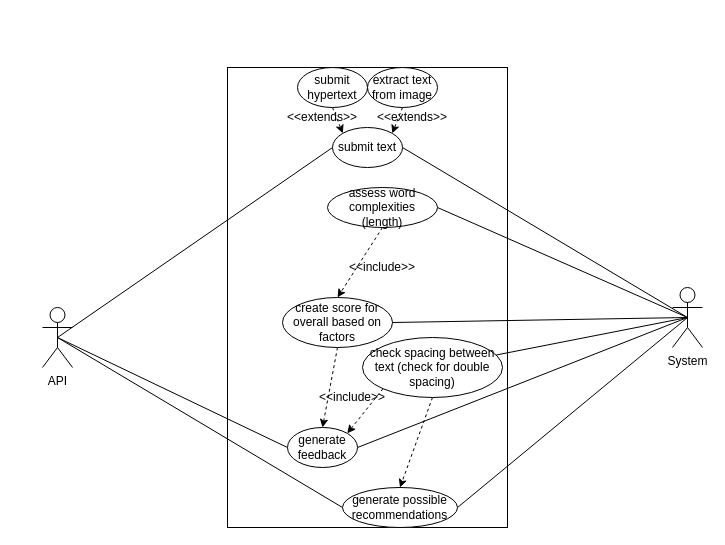
Above: LukeUseCase.drawio in nightmarlin/socia11y (draw.io), before the change. Source tidied: cells renumbered, new cells numbered last; positions are measured from the earlier drawing's top-left corner, leaving out a move shared by most shapes. Both pictures are drawn from the tidied source at 100%, with x=0, y=0 at pixel (42, 67).
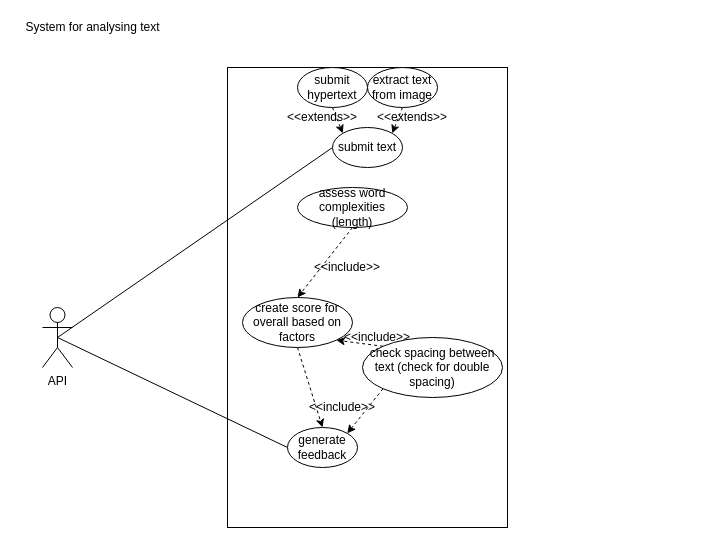
The same diagram, later.

Commit message:
hopefully finished the diagram

Unchanged cells that the change refers to:
```xml
<mxCell id="6" value="API" style="shape=umlActor;verticalLabelPosition=bottom;verticalAlign=top;html=1;outlineConnect=0;" parent="1" vertex="1">
  <mxGeometry y="240" width="30" height="60" as="geometry" />
</mxCell>
<mxCell id="14" value="submit text" style="ellipse;whiteSpace=wrap;html=1;" parent="1" vertex="1">
  <mxGeometry x="290" y="60" width="70" height="40" as="geometry" />
</mxCell>
<mxCell id="21" value="generate feedback" style="ellipse;whiteSpace=wrap;html=1;" parent="1" vertex="1">
  <mxGeometry x="245" y="360" width="70" height="40" as="geometry" />
</mxCell>
<mxCell id="31" value="check spacing between text (check for double spacing)" style="ellipse;whiteSpace=wrap;html=1;" parent="1" vertex="1">
  <mxGeometry x="320" y="270" width="140" height="60" as="geometry" />
</mxCell>
```

What changed in the source:
```diff
@@
-    <mxCell id="5" style="edgeStyle=none;rounded=0;jettySize=auto;html=1;exitX=0.5;exitY=0.5;exitDx=0;exitDy=0;exitPerimeter=0;entryX=0;entryY=0.5;entryDx=0;entryDy=0;endArrow=none;endFill=0;" parent="1" edge="1" source="6" target="28">
-      <mxGeometry relative="1" as="geometry" />
-    </mxCell>
@@
-    <mxCell id="7" style="edgeStyle=none;rounded=0;jettySize=auto;html=1;exitX=0.5;exitY=0.5;exitDx=0;exitDy=0;exitPerimeter=0;entryX=1;entryY=0.5;entryDx=0;entryDy=0;endArrow=none;endFill=0;" parent="1" edge="1" source="13" target="14">
-      <mxGeometry relative="1" as="geometry" />
-    </mxCell>
-    <mxCell id="8" style="edgeStyle=none;rounded=0;jettySize=auto;html=1;exitX=0.5;exitY=0.5;exitDx=0;exitDy=0;exitPerimeter=0;entryX=1;entryY=0.5;entryDx=0;entryDy=0;endArrow=none;endFill=0;" parent="1" edge="1" source="13" target="21">
-      <mxGeometry relative="1" as="geometry" />
-    </mxCell>
-    <mxCell id="9" style="edgeStyle=none;rounded=0;jettySize=auto;html=1;exitX=0.5;exitY=0.5;exitDx=0;exitDy=0;exitPerimeter=0;entryX=1;entryY=0.5;entryDx=0;entryDy=0;endArrow=none;endFill=0;" parent="1" edge="1" source="13" target="23">
-      <mxGeometry relative="1" as="geometry" />
-    </mxCell>
-    <mxCell id="10" style="edgeStyle=none;rounded=0;jettySize=auto;html=1;exitX=0.5;exitY=0.5;exitDx=0;exitDy=0;exitPerimeter=0;entryX=1;entryY=0.5;entryDx=0;entryDy=0;endArrow=none;endFill=0;" parent="1" edge="1" source="13" target="25">
-      <mxGeometry relative="1" as="geometry" />
-    </mxCell>
-    <mxCell id="11" style="edgeStyle=none;rounded=0;jettySize=auto;html=1;exitX=0.5;exitY=0.5;exitDx=0;exitDy=0;exitPerimeter=0;entryX=1;entryY=0.5;entryDx=0;entryDy=0;endArrow=none;endFill=0;" parent="1" edge="1" source="13" target="28">
-      <mxGeometry relative="1" as="geometry" />
-    </mxCell>
-    <mxCell id="12" style="edgeStyle=none;rounded=0;jettySize=auto;html=1;exitX=0.5;exitY=0.5;exitDx=0;exitDy=0;exitPerimeter=0;endArrow=none;endFill=0;" parent="1" edge="1" source="13" target="31">
-      <mxGeometry relative="1" as="geometry" />
-    </mxCell>
-    <mxCell id="13" value="System" style="shape=umlActor;verticalLabelPosition=bottom;verticalAlign=top;html=1;outlineConnect=0;" parent="1" vertex="1">
-      <mxGeometry x="630" y="220" width="30" height="60" as="geometry" />
-    </mxCell>
@@
     <mxCell id="23" value="assess word complexities (length)" style="ellipse;whiteSpace=wrap;html=1;" parent="1" vertex="1">
-      <mxGeometry x="285" y="120" width="110" height="40" as="geometry" />
+      <mxGeometry x="255" y="120" width="110" height="40" as="geometry" />
     </mxCell>
@@
     <mxCell id="25" value="create score for overall based on factors" style="ellipse;whiteSpace=wrap;html=1;" parent="1" vertex="1">
-      <mxGeometry x="240" y="230" width="110" height="50" as="geometry" />
+      <mxGeometry x="200" y="230" width="110" height="50" as="geometry" />
     </mxCell>
     <mxCell id="26" value="&amp;lt;&amp;lt;include&amp;gt;&amp;gt;" style="text;html=1;strokeColor=none;fillColor=none;align=center;verticalAlign=middle;whiteSpace=wrap;rounded=0;" parent="1" vertex="1">
-      <mxGeometry x="290" y="320" width="40" height="20" as="geometry" />
+      <mxGeometry x="280" y="330" width="40" height="20" as="geometry" />
     </mxCell>
     <mxCell id="27" value="&amp;lt;&amp;lt;include&amp;gt;&amp;gt;" style="text;html=1;strokeColor=none;fillColor=none;align=center;verticalAlign=middle;whiteSpace=wrap;rounded=0;" parent="1" vertex="1">
-      <mxGeometry x="320" y="190" width="40" height="20" as="geometry" />
+      <mxGeometry x="285" y="190" width="40" height="20" as="geometry" />
     </mxCell>
-    <mxCell id="28" value="generate possible recommendations" style="ellipse;whiteSpace=wrap;html=1;" parent="1" vertex="1">
-      <mxGeometry x="300" y="420" width="115" height="40" as="geometry" />
-    </mxCell>
@@
-    <mxCell id="30" style="edgeStyle=none;rounded=0;jettySize=auto;html=1;exitX=0.5;exitY=1;exitDx=0;exitDy=0;entryX=0.5;entryY=0;entryDx=0;entryDy=0;dashed=1;endArrow=classic;endFill=1;" parent="1" edge="1" source="31" target="28">
-      <mxGeometry relative="1" as="geometry" />
-    </mxCell>
+    <mxCell id="33" style="edgeStyle=none;rounded=0;jettySize=auto;html=1;exitX=0;exitY=0;exitDx=0;exitDy=0;entryX=1;entryY=1;entryDx=0;entryDy=0;endArrow=classic;endFill=1;dashed=1;" parent="1" edge="1" source="31" target="25">
+      <mxGeometry relative="1" as="geometry" />
+    </mxCell>
@@
+    <mxCell id="34" value="System for analysing text" style="text;html=1;align=center;verticalAlign=middle;" parent="1" vertex="1">
+      <mxGeometry x="-25" y="-50" width="150" height="20" as="geometry" />
+    </mxCell>
+    <mxCell id="35" value="&amp;lt;&amp;lt;include&amp;gt;&amp;gt;" style="text;html=1;strokeColor=none;fillColor=none;align=center;verticalAlign=middle;whiteSpace=wrap;rounded=0;" parent="1" vertex="1">
+      <mxGeometry x="315" y="260" width="40" height="20" as="geometry" />
+    </mxCell>
```
